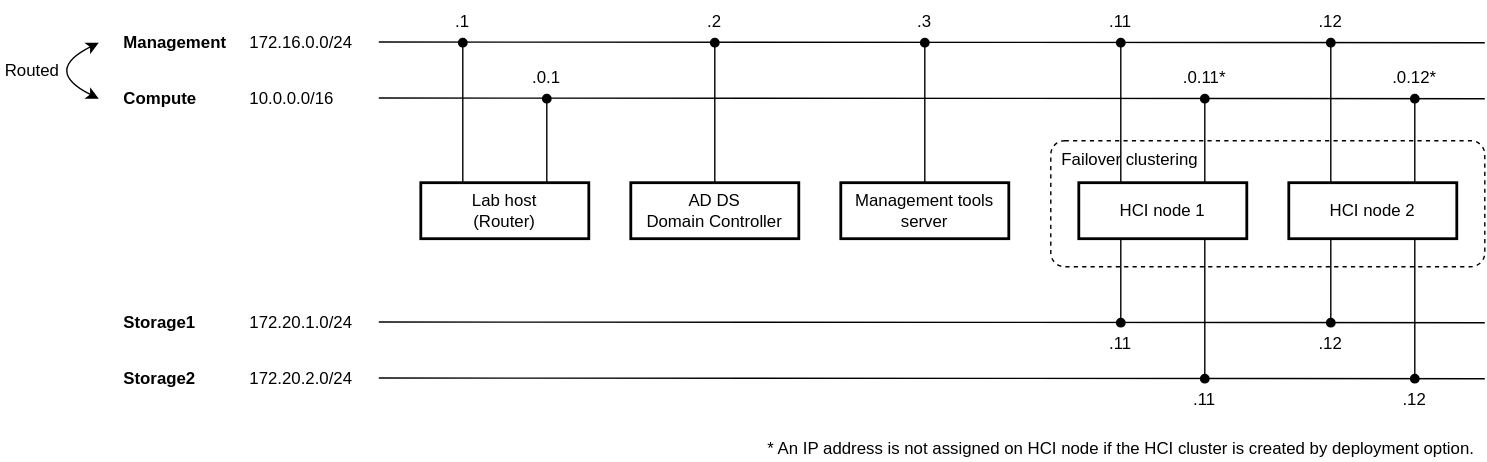
tksh164/hci-lab keeps this draw.io diagram as docs/media/hci-lab-networking-logical-simplified.svg. Above is the earlier version. Source tidied: cells renumbered, new cells last; positions are measured from the earlier drawing's top-left corner, leaving out a move shared by most shapes.
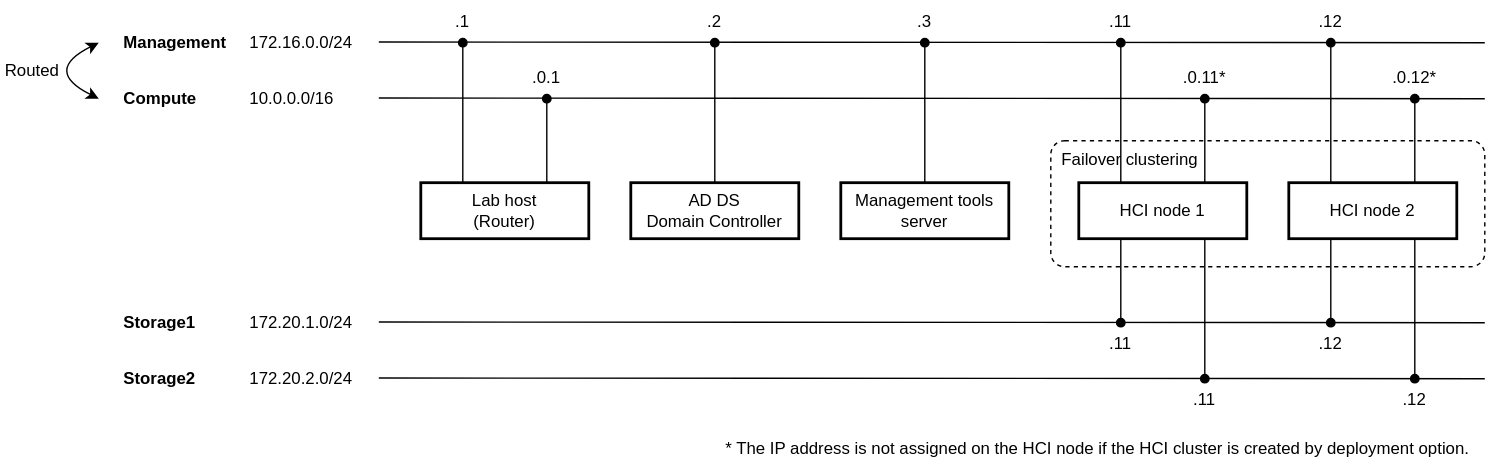
After the commit.

Diff of the diagram source:
```diff
@@ -152,8 +152,8 @@
     <mxCell id="45" value=".0.12*" style="rounded=0;whiteSpace=wrap;html=1;fillColor=none;spacingLeft=6;spacingRight=6;rotation=0;align=center;strokeColor=none;" parent="1" vertex="1">
       <mxGeometry x="990" y="40" width="40" height="30" as="geometry" />
     </mxCell>
-    <mxCell id="46" value="* An IP address is not assigned on HCI node if the HCI cluster is created by deployment option." style="rounded=0;whiteSpace=wrap;html=1;fillColor=none;spacingLeft=6;spacingRight=6;rotation=0;align=left;strokeColor=none;" parent="1" vertex="1">
-      <mxGeometry x="540" y="310" width="520" height="20" as="geometry" />
+    <mxCell id="46" value="* The IP address is not assigned on the HCI node if the HCI cluster is created by deployment option." style="rounded=0;whiteSpace=wrap;html=1;fillColor=none;spacingLeft=6;spacingRight=6;rotation=0;align=left;strokeColor=none;" parent="1" vertex="1">
+      <mxGeometry x="510" y="310" width="550" height="20" as="geometry" />
     </mxCell>
   </root>
 </mxGraphModel>
```
